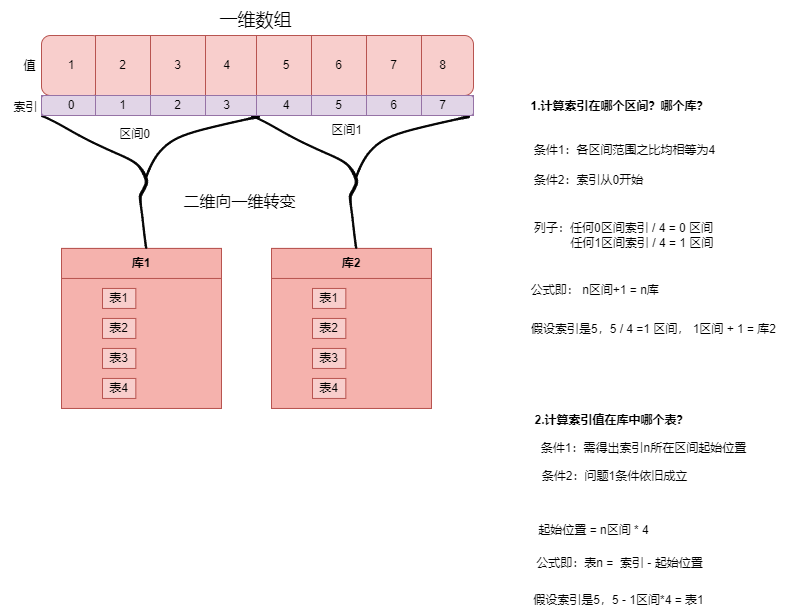
Before: 分库分表1.0.drawio.png, a diagram exported from draw.io (youjizi/images). Source tidied: cells renumbered, new cells last; positions are measured from the earlier drawing's top-left corner, leaving out a move shared by most shapes.
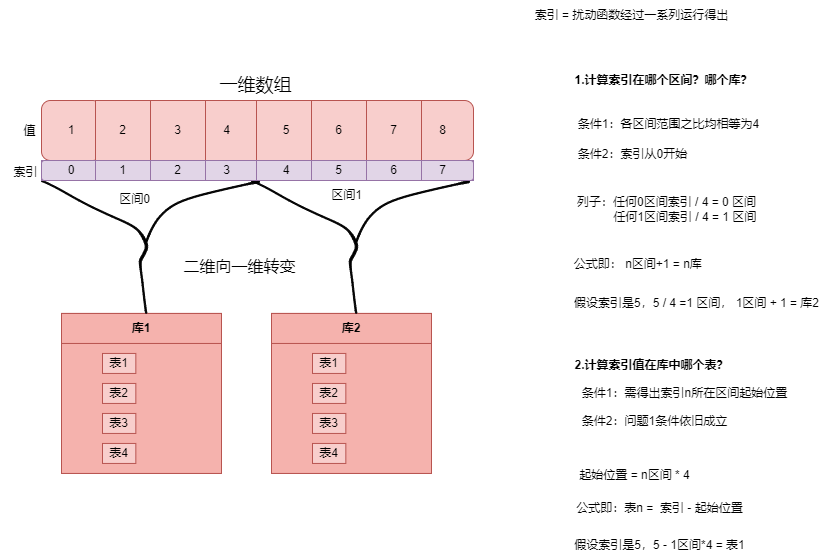
Above is the later version.

Commit message:
更新分库分表1.0.drawio.png

Change to the diagram source:
```diff
@@ -108,16 +108,16 @@
       <mxGeometry x="109" y="119" width="50" height="30" as="geometry" />
     </mxCell>
     <mxCell id="37" value="&lt;b&gt;1.计算索引在哪个区间？哪个库？&lt;/b&gt;" style="text;html=1;align=center;verticalAlign=middle;strokeColor=none;fillColor=none;" parent="1" vertex="1">
-      <mxGeometry x="519" y="91" width="200" height="30" as="geometry" />
+      <mxGeometry x="562.5" width="200" height="30" as="geometry" />
     </mxCell>
     <mxCell id="38" value="条件1：各区间范围之比均相等为4" style="text;html=1;align=center;verticalAlign=middle;strokeColor=none;fillColor=none;fontSize=10;" parent="1" vertex="1">
-      <mxGeometry x="524" y="135" width="200" height="30" as="geometry" />
+      <mxGeometry x="567.5" y="44" width="200" height="30" as="geometry" />
     </mxCell>
     <mxCell id="39" value="公式即： n区间+1 = n库&amp;nbsp;" style="text;html=1;align=center;verticalAlign=middle;strokeColor=none;fillColor=none;fontSize=10;" parent="1" vertex="1">
-      <mxGeometry x="521" y="275" width="150" height="30" as="geometry" />
+      <mxGeometry x="564.5" y="184" width="150" height="30" as="geometry" />
     </mxCell>
     <mxCell id="40" value="列子：任何0区间索引 / 4 = 0 区间&lt;br style=&quot;font-size: 10px;&quot;&gt;&amp;nbsp; &amp;nbsp; &amp;nbsp; &amp;nbsp; &amp;nbsp; &amp;nbsp;任何1区间索引 / 4 = 1 区间" style="text;html=1;align=center;verticalAlign=middle;strokeColor=none;fillColor=none;fontSize=10;" parent="1" vertex="1">
-      <mxGeometry x="522.5" y="215" width="200" height="40" as="geometry" />
+      <mxGeometry x="566" y="124" width="200" height="40" as="geometry" />
     </mxCell>
     <mxCell id="41" style="group;rounded=1;fillColor=#e1d5e7;strokeColor=#9673a6;" parent="1" vertex="1">
       <mxGeometry x="41" y="95" width="432" height="20" as="geometry" />
@@ -159,28 +159,31 @@
       <mxGeometry y="92" width="50" height="30" as="geometry" />
     </mxCell>
     <mxCell id="54" value="条件2：索引从0开始" style="text;html=1;align=center;verticalAlign=middle;strokeColor=none;fillColor=none;fontSize=10;" parent="1" vertex="1">
-      <mxGeometry x="523" y="165" width="130" height="30" as="geometry" />
+      <mxGeometry x="566.5" y="74" width="130" height="30" as="geometry" />
     </mxCell>
     <mxCell id="55" value="&lt;b&gt;2.计算索引值在库中哪个表？&lt;/b&gt;" style="text;html=1;align=center;verticalAlign=middle;strokeColor=none;fillColor=none;" parent="1" vertex="1">
-      <mxGeometry x="520.5" y="405" width="180" height="30" as="geometry" />
+      <mxGeometry x="561" y="285" width="180" height="30" as="geometry" />
     </mxCell>
     <mxCell id="56" value="假设索引是5，5 - 1区间*4 = 表1" style="text;html=1;align=center;verticalAlign=middle;strokeColor=none;fillColor=none;" parent="1" vertex="1">
-      <mxGeometry x="523" y="585" width="190" height="30" as="geometry" />
+      <mxGeometry x="563.5" y="465" width="190" height="30" as="geometry" />
     </mxCell>
     <mxCell id="57" value="公式即：表n =&amp;nbsp; 索引 - 起始位置" style="text;html=1;align=center;verticalAlign=middle;strokeColor=none;fillColor=none;" parent="1" vertex="1">
-      <mxGeometry x="524" y="548" width="190" height="30" as="geometry" />
+      <mxGeometry x="564.5" y="428" width="190" height="30" as="geometry" />
     </mxCell>
     <mxCell id="58" value="假设索引是5，5 / 4 =1 区间， 1区间 + 1 = 库2" style="text;html=1;align=center;verticalAlign=middle;strokeColor=none;fillColor=none;" parent="1" vertex="1">
-      <mxGeometry x="517.5" y="313.9" width="270" height="30" as="geometry" />
+      <mxGeometry x="561" y="222.9" width="270" height="30" as="geometry" />
     </mxCell>
     <mxCell id="59" value="条件1：需得出索引n所在区间起始位置" style="text;html=1;align=center;verticalAlign=middle;strokeColor=none;fillColor=none;" parent="1" vertex="1">
-      <mxGeometry x="528" y="433" width="230" height="30" as="geometry" />
+      <mxGeometry x="568.5" y="313" width="230" height="30" as="geometry" />
     </mxCell>
     <mxCell id="60" value="条件2：问题1条件依旧成立" style="text;html=1;align=center;verticalAlign=middle;strokeColor=none;fillColor=none;" parent="1" vertex="1">
-      <mxGeometry x="529" y="461" width="170" height="30" as="geometry" />
+      <mxGeometry x="569.5" y="341" width="170" height="30" as="geometry" />
     </mxCell>
     <mxCell id="61" value="起始位置 = n区间 * 4" style="text;html=1;align=center;verticalAlign=middle;strokeColor=none;fillColor=none;" parent="1" vertex="1">
-      <mxGeometry x="528" y="515" width="130" height="30" as="geometry" />
+      <mxGeometry x="568.5" y="395" width="130" height="30" as="geometry" />
     </mxCell>
+    <mxCell id="62" value="索引 = 扰动函数经过一系列运行得出" style="text;html=1;align=center;verticalAlign=middle;strokeColor=none;fillColor=none;" parent="1" vertex="1">
+      <mxGeometry x="521" y="-65" width="220" height="30" as="geometry" />
+    </mxCell>
   </root>
 </mxGraphModel>
```
